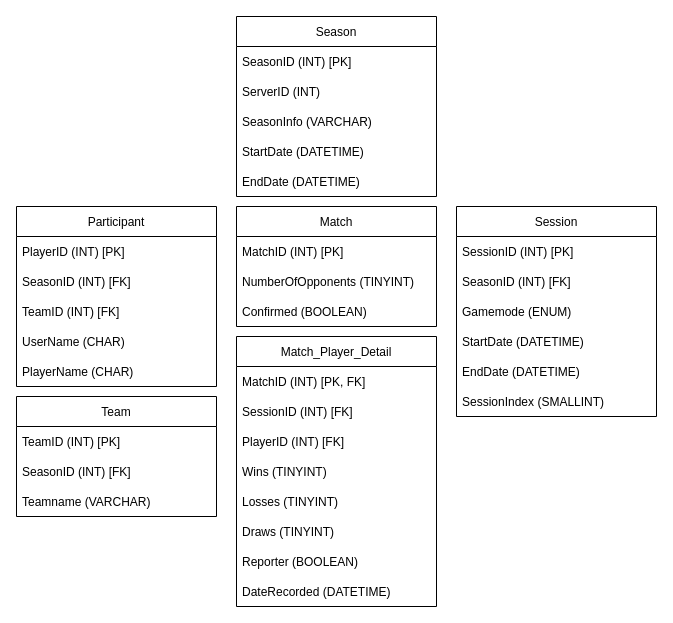
Earlier version of the draw.io diagram TourneyBotDB.drawio (SpencerRSMS/TourneyBot). Source tidied: cells renumbered, new cells numbered last; positions are measured from the earlier drawing's top-left corner, leaving out a move shared by most shapes. Both pictures are drawn from the tidied source at 100%, with x=0, y=0 at pixel (16, 16).
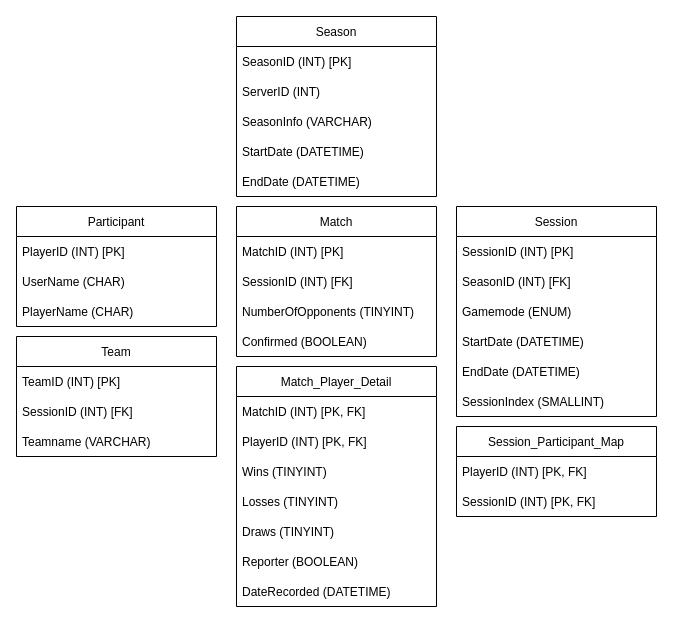
The same diagram, later.

Commit message:
Modified Match and Match_Player_Detail tables, other small changes

What changed in the source:
```diff
@@
     <mxCell id="2" value="Participant" style="swimlane;fontStyle=0;horizontal=1;startSize=30;" parent="1" vertex="1">
-      <mxGeometry y="190" width="200" height="180" as="geometry" />
+      <mxGeometry y="190" width="200" height="120" as="geometry" />
     </mxCell>
@@
-    <mxCell id="4" value="SeasonID (INT) [FK]" style="text;strokeColor=none;fillColor=none;align=left;verticalAlign=middle;spacingLeft=4;spacingRight=4;overflow=hidden;" parent="2" vertex="1">
-      <mxGeometry y="60" width="200" height="30" as="geometry" />
-    </mxCell>
-    <mxCell id="5" value="TeamID (INT) [FK]" style="text;strokeColor=none;fillColor=none;align=left;verticalAlign=middle;spacingLeft=4;spacingRight=4;overflow=hidden;" parent="2" vertex="1">
-      <mxGeometry y="90" width="200" height="30" as="geometry" />
-    </mxCell>
     <mxCell id="6" value="UserName (CHAR)" style="text;strokeColor=none;fillColor=none;align=left;verticalAlign=middle;spacingLeft=4;spacingRight=4;overflow=hidden;" parent="2" vertex="1">
-      <mxGeometry y="120" width="200" height="30" as="geometry" />
+      <mxGeometry y="60" width="200" height="30" as="geometry" />
     </mxCell>
     <mxCell id="7" value="PlayerName (CHAR)" style="text;strokeColor=none;fillColor=none;align=left;verticalAlign=middle;spacingLeft=4;spacingRight=4;overflow=hidden;" parent="2" vertex="1">
-      <mxGeometry y="150" width="200" height="30" as="geometry" />
+      <mxGeometry y="90" width="200" height="30" as="geometry" />
     </mxCell>
@@
     <mxCell id="14" value="Match" style="swimlane;fontStyle=0;horizontal=1;startSize=30;" parent="1" vertex="1">
-      <mxGeometry x="220" y="190" width="200" height="120" as="geometry" />
+      <mxGeometry x="220" y="190" width="200" height="150" as="geometry" />
     </mxCell>
@@
+    <mxCell id="31" value="SessionID (INT) [FK]" style="text;strokeColor=none;fillColor=none;align=left;verticalAlign=middle;spacingLeft=4;spacingRight=4;overflow=hidden;" parent="14" vertex="1">
+      <mxGeometry y="60" width="200" height="30" as="geometry" />
+    </mxCell>
     <mxCell id="16" value="NumberOfOpponents (TINYINT)" style="text;strokeColor=none;fillColor=none;align=left;verticalAlign=middle;spacingLeft=4;spacingRight=4;overflow=hidden;" parent="14" vertex="1">
-      <mxGeometry y="60" width="200" height="30" as="geometry" />
+      <mxGeometry y="90" width="200" height="30" as="geometry" />
     </mxCell>
     <mxCell id="17" value="Confirmed (BOOLEAN)" style="text;strokeColor=none;fillColor=none;align=left;verticalAlign=middle;spacingLeft=4;spacingRight=4;overflow=hidden;" parent="14" vertex="1">
-      <mxGeometry y="90" width="200" height="30" as="geometry" />
+      <mxGeometry y="120" width="200" height="30" as="geometry" />
     </mxCell>
     <mxCell id="18" value="Team" style="swimlane;fontStyle=0;horizontal=1;startSize=30;" parent="1" vertex="1">
-      <mxGeometry y="380" width="200" height="120" as="geometry" />
+      <mxGeometry y="320" width="200" height="120" as="geometry" />
     </mxCell>
@@
-    <mxCell id="20" value="SeasonID (INT) [FK]" style="text;strokeColor=none;fillColor=none;align=left;verticalAlign=middle;spacingLeft=4;spacingRight=4;overflow=hidden;" parent="18" vertex="1">
+    <mxCell id="20" value="SessionID (INT) [FK]" style="text;strokeColor=none;fillColor=none;align=left;verticalAlign=middle;spacingLeft=4;spacingRight=4;overflow=hidden;" parent="18" vertex="1">
       <mxGeometry y="60" width="200" height="30" as="geometry" />
     </mxCell>
@@
     <mxCell id="29" value="Match_Player_Detail" style="swimlane;fontStyle=0;horizontal=1;startSize=30;" parent="1" vertex="1">
-      <mxGeometry x="220" y="320" width="200" height="270" as="geometry" />
+      <mxGeometry x="220" y="350" width="200" height="240" as="geometry" />
     </mxCell>
@@
-    <mxCell id="31" value="SessionID (INT) [FK]" style="text;strokeColor=none;fillColor=none;align=left;verticalAlign=middle;spacingLeft=4;spacingRight=4;overflow=hidden;" parent="29" vertex="1">
-      <mxGeometry y="60" width="200" height="30" as="geometry" />
-    </mxCell>
-    <mxCell id="32" value="PlayerID (INT) [FK]" style="text;strokeColor=none;fillColor=none;align=left;verticalAlign=middle;spacingLeft=4;spacingRight=4;overflow=hidden;" parent="29" vertex="1">
-      <mxGeometry y="90" width="200" height="30" as="geometry" />
+    <mxCell id="32" value="PlayerID (INT) [PK, FK]" style="text;strokeColor=none;fillColor=none;align=left;verticalAlign=middle;spacingLeft=4;spacingRight=4;overflow=hidden;" parent="29" vertex="1">
+      <mxGeometry y="60" width="200" height="30" as="geometry" />
     </mxCell>
     <mxCell id="33" value="Wins (TINYINT)" style="text;strokeColor=none;fillColor=none;align=left;verticalAlign=middle;spacingLeft=4;spacingRight=4;overflow=hidden;" parent="29" vertex="1">
-      <mxGeometry y="120" width="200" height="30" as="geometry" />
+      <mxGeometry y="90" width="200" height="30" as="geometry" />
     </mxCell>
     <mxCell id="34" value="Losses (TINYINT)" style="text;strokeColor=none;fillColor=none;align=left;verticalAlign=middle;spacingLeft=4;spacingRight=4;overflow=hidden;" parent="29" vertex="1">
-      <mxGeometry y="150" width="200" height="30" as="geometry" />
+      <mxGeometry y="120" width="200" height="30" as="geometry" />
     </mxCell>
     <mxCell id="35" value="Draws (TINYINT)" style="text;strokeColor=none;fillColor=none;align=left;verticalAlign=middle;spacingLeft=4;spacingRight=4;overflow=hidden;" parent="29" vertex="1">
-      <mxGeometry y="180" width="200" height="30" as="geometry" />
+      <mxGeometry y="150" width="200" height="30" as="geometry" />
     </mxCell>
     <mxCell id="36" value="Reporter (BOOLEAN)" style="text;strokeColor=none;fillColor=none;align=left;verticalAlign=middle;spacingLeft=4;spacingRight=4;overflow=hidden;" parent="29" vertex="1">
-      <mxGeometry y="210" width="200" height="30" as="geometry" />
+      <mxGeometry y="180" width="200" height="30" as="geometry" />
     </mxCell>
     <mxCell id="37" value="DateRecorded (DATETIME)" style="text;strokeColor=none;fillColor=none;align=left;verticalAlign=middle;spacingLeft=4;spacingRight=4;overflow=hidden;" parent="29" vertex="1">
-      <mxGeometry y="240" width="200" height="30" as="geometry" />
+      <mxGeometry y="210" width="200" height="30" as="geometry" />
     </mxCell>
+    <mxCell id="38" value="Session_Participant_Map" style="swimlane;fontStyle=0;horizontal=1;startSize=30;" parent="1" vertex="1">
+      <mxGeometry x="440" y="410" width="200" height="90" as="geometry" />
+    </mxCell>
+    <mxCell id="39" value="PlayerID (INT) [PK, FK]" style="text;strokeColor=none;fillColor=none;align=left;verticalAlign=middle;spacingLeft=4;spacingRight=4;overflow=hidden;" parent="38" vertex="1">
+      <mxGeometry y="30" width="200" height="30" as="geometry" />
+    </mxCell>
+    <mxCell id="40" value="SessionID (INT) [PK, FK]" style="text;strokeColor=none;fillColor=none;align=left;verticalAlign=middle;spacingLeft=4;spacingRight=4;overflow=hidden;" parent="38" vertex="1">
+      <mxGeometry y="60" width="200" height="30" as="geometry" />
+    </mxCell>
```
